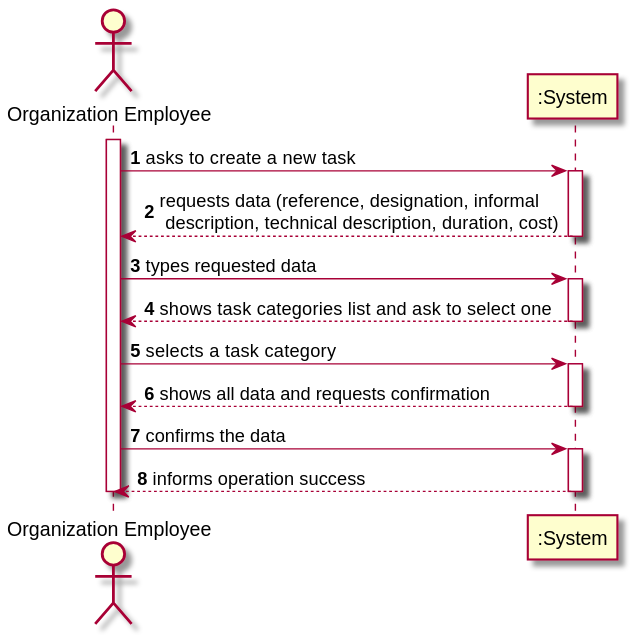
Before: docs/SprintB/US11/SSD/US11_SSD.svg, a diagram exported from PlantUML (miseEnPlace-i/lapr2).
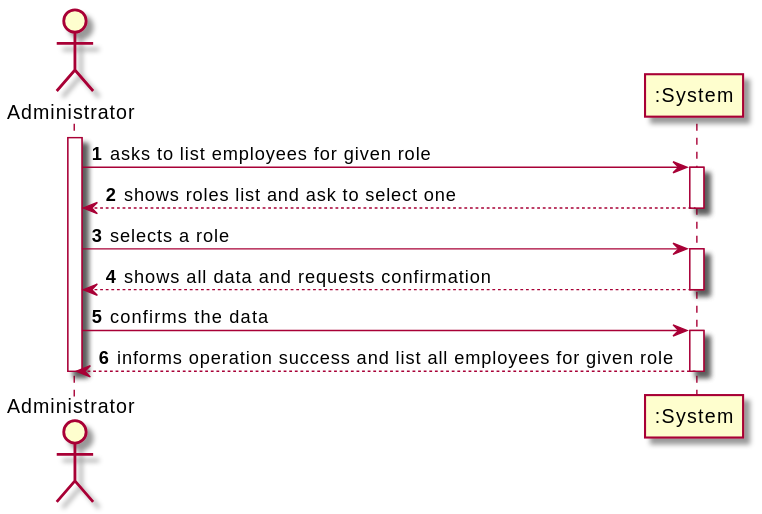
Later version of the same file.

Diff of the diagram source:
```diff
@@ -1,28 +1,23 @@
 @startuml
 autonumber
-actor "Organization Employee" as OE
+actor "Administrator" as Admin
 
-activate OE
-OE -> ":System" : asks to create a new task
+activate Admin
+Admin -> ":System" : asks to list employees for given role
 activate ":System"
-":System" --> OE : requests data (reference, designation,  informal \n description, technical description, duration, cost)
+":System" --> Admin : shows roles list and ask to select one
 deactivate ":System"
 
-OE -> ":System" : types requested data
+Admin -> ":System" : selects a role
 activate ":System"
-":System" --> OE : shows task categories list and ask to select one
+":System" --> Admin : shows all data and requests confirmation
 deactivate ":System"
 
-OE -> ":System" : selects a task category
+Admin -> ":System" : confirms the data
 activate ":System"
-":System" --> OE : shows all data and requests confirmation
+":System" --> Admin : informs operation success and list all employees for given role
 deactivate ":System"
 
-OE -> ":System" : confirms the data
-activate ":System"
-":System" --> OE : informs operation success
-deactivate ":System"
-
-deactivate OE
+deactivate Admin
 
 @enduml
```
